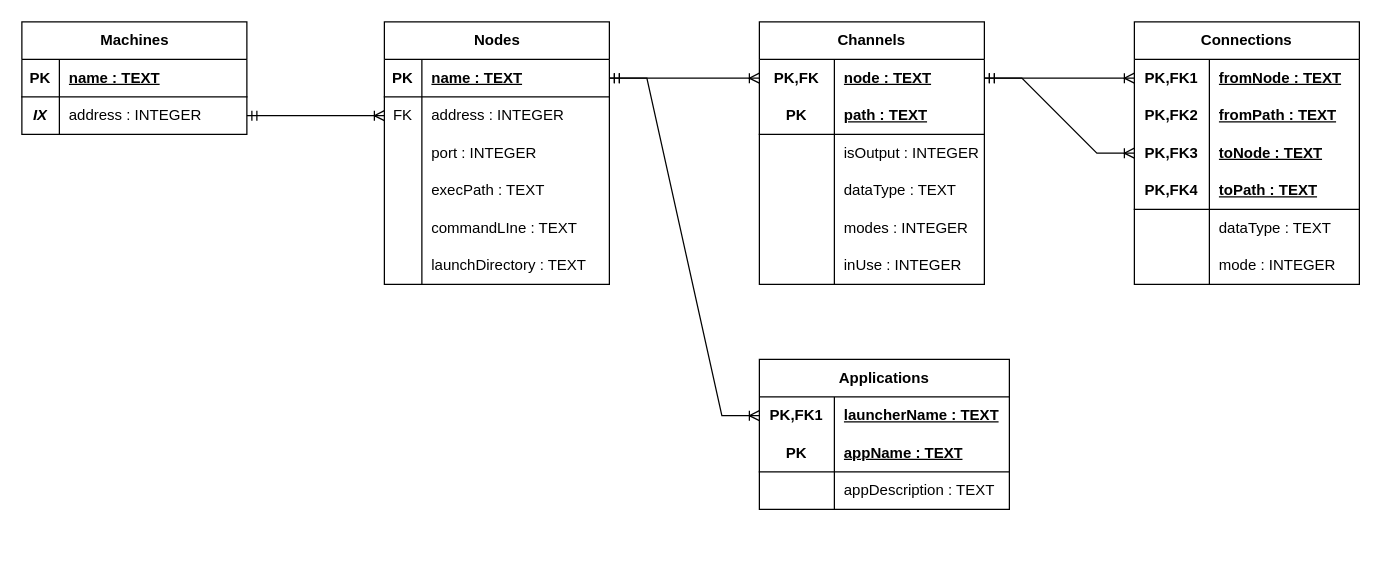
Earlier version of the draw.io diagram docs/RegistryDatabase.drawio (opendragon/nImO). Source tidied: cells renumbered, new cells numbered last; positions are measured from the earlier drawing's top-left corner, leaving out a move shared by most shapes. Both pictures are drawn from the tidied source at 125%, with x=0, y=0 at pixel (21, 21).
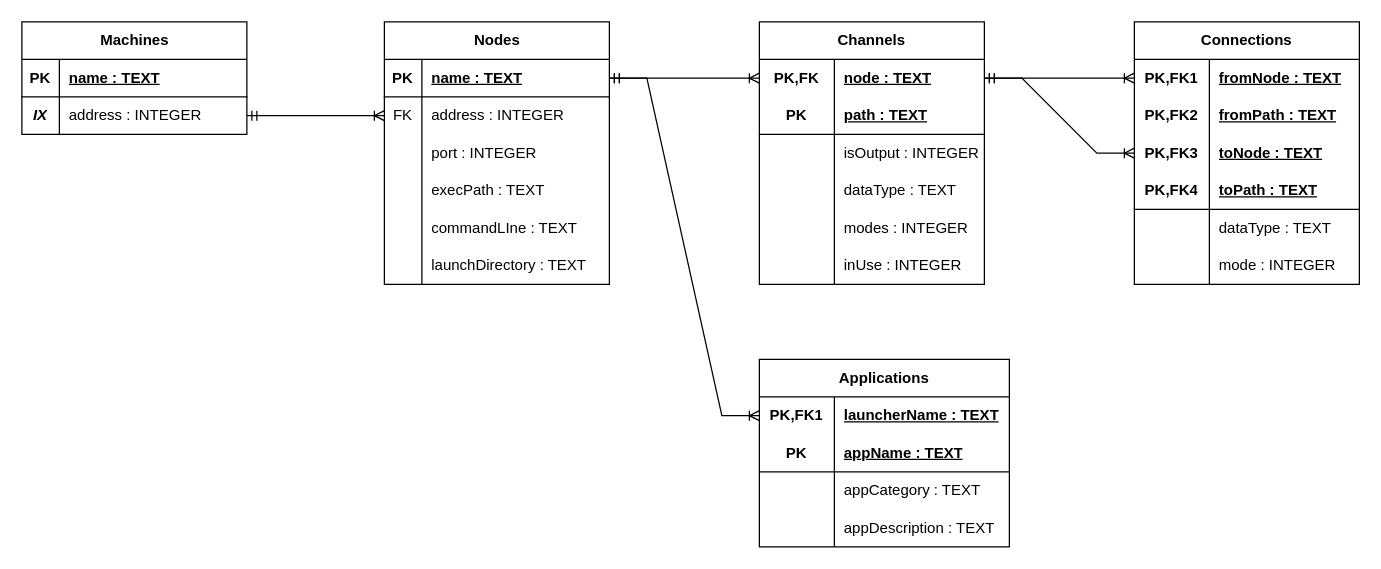
Above is the later version.

The change refers to these unchanged cells:
```xml
<mxCell id="73" style="shape=tableRow;horizontal=0;startSize=0;swimlaneHead=0;swimlaneBody=0;fillColor=none;top=0;left=0;right=0;bottom=0;html=1;" parent="66" vertex="1">
  <mxGeometry y="90" width="200" height="30" as="geometry" />
</mxCell>
```

Diff of the diagram source:
```diff
@@
     <mxCell id="66" value="Applications" style="shape=table;startSize=30;childLayout=tableLayout;rowLines=0;fontStyle=1;align=center;html=1;whiteSpace=wrap;" parent="1" vertex="1">
-      <mxGeometry x="590" y="270" width="200" height="120" as="geometry" />
+      <mxGeometry x="590" y="270" width="200" height="150" as="geometry" />
     </mxCell>
@@
-    <mxCell id="75" value="appDescription : TEXT" style="shape=partialRectangle;fillColor=none;top=0;left=0;bottom=0;right=0;align=left;spacingLeft=6;overflow=hidden;html=1;whiteSpace=wrap;" parent="73" vertex="1">
+    <mxCell id="75" value="appCategory : TEXT" style="shape=partialRectangle;fillColor=none;top=0;left=0;bottom=0;right=0;align=left;spacingLeft=6;overflow=hidden;html=1;whiteSpace=wrap;" parent="73" vertex="1">
       <mxGeometry x="60" width="140" height="30" as="geometry" />
     </mxCell>
+    <mxCell id="81" style="shape=tableRow;horizontal=0;startSize=0;swimlaneHead=0;swimlaneBody=0;fillColor=none;top=0;left=0;right=0;bottom=0;html=1;" parent="66" vertex="1">
+      <mxGeometry y="120" width="200" height="30" as="geometry" />
+    </mxCell>
+    <mxCell id="82" style="shape=partialRectangle;fillColor=none;top=0;left=0;bottom=0;right=0;overflow=hidden;html=1;whiteSpace=wrap;" parent="81" vertex="1">
+      <mxGeometry width="60" height="30" as="geometry" />
+    </mxCell>
+    <mxCell id="83" value="appDescription : TEXT" style="shape=partialRectangle;fillColor=none;top=0;left=0;bottom=0;right=0;align=left;spacingLeft=6;overflow=hidden;html=1;whiteSpace=wrap;" parent="81" vertex="1">
+      <mxGeometry x="60" width="140" height="30" as="geometry" />
+    </mxCell>
```
